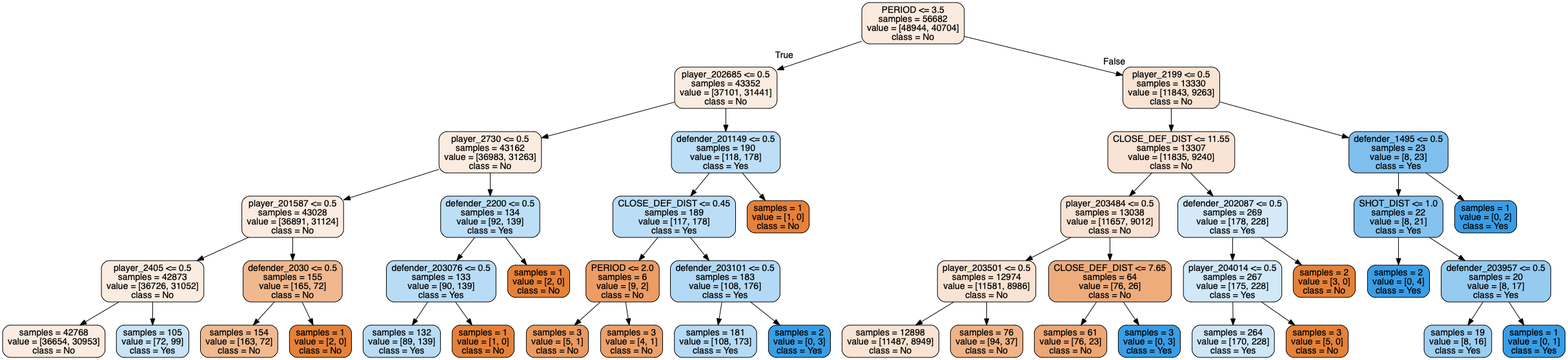
Earlier version of the Graphviz export forest_tree9.png (tianyi5309/303project). Its source is kept beside it as forest_tree9.dot.
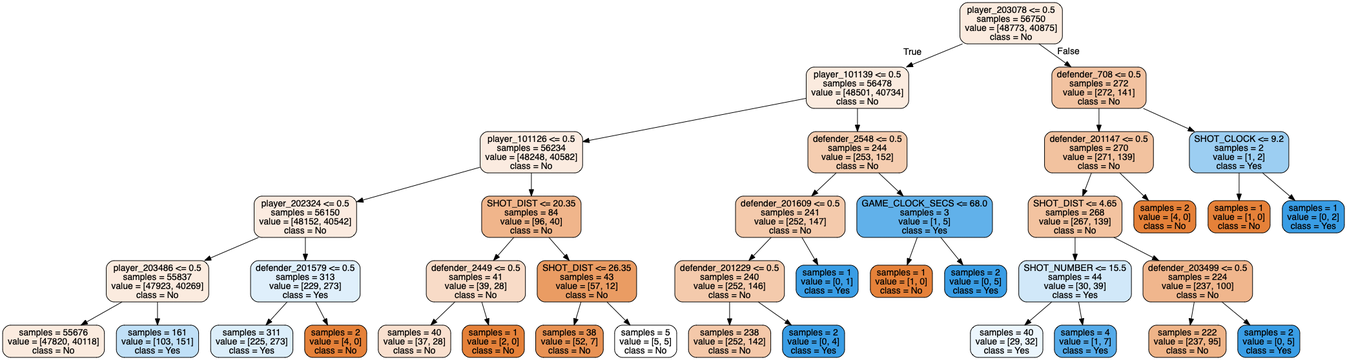
After the change.

Change to the diagram source:
```diff
@@ -1,93 +1,81 @@
 digraph Tree {
 node [shape=box, style="filled, rounded", color="black", fontname=helvetica] ;
 edge [fontname=helvetica] ;
-0 [label="PERIOD <= 3.5\nsamples = 56682\nvalue = [48944, 40704]\nclass = No", fillcolor="#fbeade"] ;
-1 [label="player_202685 <= 0.5\nsamples = 43352\nvalue = [37101, 31441]\nclass = No", fillcolor="#fbece1"] ;
+0 [label="player_203078 <= 0.5\nsamples = 56750\nvalue = [48773, 40875]\nclass = No", fillcolor="#fbebdf"] ;
+1 [label="player_101139 <= 0.5\nsamples = 56478\nvalue = [48501, 40734]\nclass = No", fillcolor="#fbebdf"] ;
 0 -> 1 [labeldistance=2.5, labelangle=45, headlabel="True"] ;
-2 [label="player_2730 <= 0.5\nsamples = 43162\nvalue = [36983, 31263]\nclass = No", fillcolor="#fbece0"] ;
+2 [label="player_101126 <= 0.5\nsamples = 56234\nvalue = [48248, 40582]\nclass = No", fillcolor="#fbebe0"] ;
 1 -> 2 ;
-3 [label="player_201587 <= 0.5\nsamples = 43028\nvalue = [36891, 31124]\nclass = No", fillcolor="#fbebe0"] ;
+3 [label="player_202324 <= 0.5\nsamples = 56150\nvalue = [48152, 40542]\nclass = No", fillcolor="#fbebe0"] ;
 2 -> 3 ;
-4 [label="player_2405 <= 0.5\nsamples = 42873\nvalue = [36726, 31052]\nclass = No", fillcolor="#fbece0"] ;
+4 [label="player_203486 <= 0.5\nsamples = 55837\nvalue = [47923, 40269]\nclass = No", fillcolor="#fbebdf"] ;
 3 -> 4 ;
-5 [label="samples = 42768\nvalue = [36654, 30953]\nclass = No", fillcolor="#fbebe0"] ;
+5 [label="samples = 55676\nvalue = [47820, 40118]\nclass = No", fillcolor="#fbebdf"] ;
 4 -> 5 ;
-6 [label="samples = 105\nvalue = [72, 99]\nclass = Yes", fillcolor="#c9e4f8"] ;
+6 [label="samples = 161\nvalue = [103, 151]\nclass = Yes", fillcolor="#c0e0f7"] ;
 4 -> 6 ;
-7 [label="defender_2030 <= 0.5\nsamples = 155\nvalue = [165, 72]\nclass = No", fillcolor="#f0b88f"] ;
+7 [label="defender_201579 <= 0.5\nsamples = 313\nvalue = [229, 273]\nclass = Yes", fillcolor="#dfeffb"] ;
 3 -> 7 ;
-8 [label="samples = 154\nvalue = [163, 72]\nclass = No", fillcolor="#f0b990"] ;
+8 [label="samples = 311\nvalue = [225, 273]\nclass = Yes", fillcolor="#dceefa"] ;
 7 -> 8 ;
-9 [label="samples = 1\nvalue = [2, 0]\nclass = No", fillcolor="#e58139"] ;
+9 [label="samples = 2\nvalue = [4, 0]\nclass = No", fillcolor="#e58139"] ;
 7 -> 9 ;
-10 [label="defender_2200 <= 0.5\nsamples = 134\nvalue = [92, 139]\nclass = Yes", fillcolor="#bcdef6"] ;
+10 [label="SHOT_DIST <= 20.35\nsamples = 84\nvalue = [96, 40]\nclass = No", fillcolor="#f0b58b"] ;
 2 -> 10 ;
-11 [label="defender_203076 <= 0.5\nsamples = 133\nvalue = [90, 139]\nclass = Yes", fillcolor="#b9dcf6"] ;
+11 [label="defender_2449 <= 0.5\nsamples = 41\nvalue = [39, 28]\nclass = No", fillcolor="#f8dbc7"] ;
 10 -> 11 ;
-12 [label="samples = 132\nvalue = [89, 139]\nclass = Yes", fillcolor="#b8dcf6"] ;
+12 [label="samples = 40\nvalue = [37, 28]\nclass = No", fillcolor="#f9e0cf"] ;
 11 -> 12 ;
-13 [label="samples = 1\nvalue = [1, 0]\nclass = No", fillcolor="#e58139"] ;
+13 [label="samples = 1\nvalue = [2, 0]\nclass = No", fillcolor="#e58139"] ;
 11 -> 13 ;
-14 [label="samples = 1\nvalue = [2, 0]\nclass = No", fillcolor="#e58139"] ;
+14 [label="SHOT_DIST <= 26.35\nsamples = 43\nvalue = [57, 12]\nclass = No", fillcolor="#ea9c63"] ;
 10 -> 14 ;
-15 [label="defender_201149 <= 0.5\nsamples = 190\nvalue = [118, 178]\nclass = Yes", fillcolor="#bcdef6"] ;
-1 -> 15 ;
-16 [label="CLOSE_DEF_DIST <= 0.45\nsamples = 189\nvalue = [117, 178]\nclass = Yes", fillcolor="#bbddf6"] ;
-15 -> 16 ;
-17 [label="PERIOD <= 2.0\nsamples = 6\nvalue = [9, 2]\nclass = No", fillcolor="#eb9d65"] ;
-16 -> 17 ;
-18 [label="samples = 3\nvalue = [5, 1]\nclass = No", fillcolor="#ea9a61"] ;
+15 [label="samples = 38\nvalue = [52, 7]\nclass = No", fillcolor="#e89254"] ;
+14 -> 15 ;
+16 [label="samples = 5\nvalue = [5, 5]\nclass = No", fillcolor="#ffffff"] ;
+14 -> 16 ;
+17 [label="defender_2548 <= 0.5\nsamples = 244\nvalue = [253, 152]\nclass = No", fillcolor="#f5cdb0"] ;
+1 -> 17 ;
+18 [label="defender_201609 <= 0.5\nsamples = 241\nvalue = [252, 147]\nclass = No", fillcolor="#f4caac"] ;
 17 -> 18 ;
-19 [label="samples = 3\nvalue = [4, 1]\nclass = No", fillcolor="#eca06a"] ;
-17 -> 19 ;
-20 [label="defender_203101 <= 0.5\nsamples = 183\nvalue = [108, 176]\nclass = Yes", fillcolor="#b2d9f5"] ;
-16 -> 20 ;
-21 [label="samples = 181\nvalue = [108, 173]\nclass = Yes", fillcolor="#b5daf5"] ;
-20 -> 21 ;
-22 [label="samples = 2\nvalue = [0, 3]\nclass = Yes", fillcolor="#399de5"] ;
-20 -> 22 ;
-23 [label="samples = 1\nvalue = [1, 0]\nclass = No", fillcolor="#e58139"] ;
-15 -> 23 ;
-24 [label="player_2199 <= 0.5\nsamples = 13330\nvalue = [11843, 9263]\nclass = No", fillcolor="#f9e4d4"] ;
-0 -> 24 [labeldistance=2.5, labelangle=-45, headlabel="False"] ;
-25 [label="CLOSE_DEF_DIST <= 11.55\nsamples = 13307\nvalue = [11835, 9240]\nclass = No", fillcolor="#f9e3d4"] ;
-24 -> 25 ;
-26 [label="player_203484 <= 0.5\nsamples = 13038\nvalue = [11657, 9012]\nclass = No", fillcolor="#f9e2d2"] ;
-25 -> 26 ;
-27 [label="player_203501 <= 0.5\nsamples = 12974\nvalue = [11581, 8986]\nclass = No", fillcolor="#f9e3d3"] ;
+19 [label="defender_201229 <= 0.5\nsamples = 240\nvalue = [252, 146]\nclass = No", fillcolor="#f4caac"] ;
+18 -> 19 ;
+20 [label="samples = 238\nvalue = [252, 142]\nclass = No", fillcolor="#f4c8a9"] ;
+19 -> 20 ;
+21 [label="samples = 2\nvalue = [0, 4]\nclass = Yes", fillcolor="#399de5"] ;
+19 -> 21 ;
+22 [label="samples = 1\nvalue = [0, 1]\nclass = Yes", fillcolor="#399de5"] ;
+18 -> 22 ;
+23 [label="GAME_CLOCK_SECS <= 68.0\nsamples = 3\nvalue = [1, 5]\nclass = Yes", fillcolor="#61b1ea"] ;
+17 -> 23 ;
+24 [label="samples = 1\nvalue = [1, 0]\nclass = No", fillcolor="#e58139"] ;
+23 -> 24 ;
+25 [label="samples = 2\nvalue = [0, 5]\nclass = Yes", fillcolor="#399de5"] ;
+23 -> 25 ;
+26 [label="defender_708 <= 0.5\nsamples = 272\nvalue = [272, 141]\nclass = No", fillcolor="#f2c2a0"] ;
+0 -> 26 [labeldistance=2.5, labelangle=-45, headlabel="False"] ;
+27 [label="defender_201147 <= 0.5\nsamples = 270\nvalue = [271, 139]\nclass = No", fillcolor="#f2c29f"] ;
 26 -> 27 ;
-28 [label="samples = 12898\nvalue = [11487, 8949]\nclass = No", fillcolor="#f9e3d3"] ;
+28 [label="SHOT_DIST <= 4.65\nsamples = 268\nvalue = [267, 139]\nclass = No", fillcolor="#f3c3a0"] ;
 27 -> 28 ;
-29 [label="samples = 76\nvalue = [94, 37]\nclass = No", fillcolor="#efb387"] ;
-27 -> 29 ;
-30 [label="CLOSE_DEF_DIST <= 7.65\nsamples = 64\nvalue = [76, 26]\nclass = No", fillcolor="#eeac7d"] ;
-26 -> 30 ;
-31 [label="samples = 61\nvalue = [76, 23]\nclass = No", fillcolor="#eda775"] ;
-30 -> 31 ;
-32 [label="samples = 3\nvalue = [0, 3]\nclass = Yes", fillcolor="#399de5"] ;
-30 -> 32 ;
-33 [label="defender_202087 <= 0.5\nsamples = 269\nvalue = [178, 228]\nclass = Yes", fillcolor="#d4eaf9"] ;
-25 -> 33 ;
-34 [label="player_204014 <= 0.5\nsamples = 267\nvalue = [175, 228]\nclass = Yes", fillcolor="#d1e8f9"] ;
-33 -> 34 ;
-35 [label="samples = 264\nvalue = [170, 228]\nclass = Yes", fillcolor="#cde6f8"] ;
-34 -> 35 ;
-36 [label="samples = 3\nvalue = [5, 0]\nclass = No", fillcolor="#e58139"] ;
-34 -> 36 ;
-37 [label="samples = 2\nvalue = [3, 0]\nclass = No", fillcolor="#e58139"] ;
-33 -> 37 ;
-38 [label="defender_1495 <= 0.5\nsamples = 23\nvalue = [8, 23]\nclass = Yes", fillcolor="#7ebfee"] ;
-24 -> 38 ;
-39 [label="SHOT_DIST <= 1.0\nsamples = 22\nvalue = [8, 21]\nclass = Yes", fillcolor="#84c2ef"] ;
-38 -> 39 ;
-40 [label="samples = 2\nvalue = [0, 4]\nclass = Yes", fillcolor="#399de5"] ;
-39 -> 40 ;
-41 [label="defender_203957 <= 0.5\nsamples = 20\nvalue = [8, 17]\nclass = Yes", fillcolor="#96cbf1"] ;
-39 -> 41 ;
-42 [label="samples = 19\nvalue = [8, 16]\nclass = Yes", fillcolor="#9ccef2"] ;
-41 -> 42 ;
-43 [label="samples = 1\nvalue = [0, 1]\nclass = Yes", fillcolor="#399de5"] ;
-41 -> 43 ;
-44 [label="samples = 1\nvalue = [0, 2]\nclass = Yes", fillcolor="#399de5"] ;
-38 -> 44 ;
+29 [label="SHOT_NUMBER <= 15.5\nsamples = 44\nvalue = [30, 39]\nclass = Yes", fillcolor="#d1e8f9"] ;
+28 -> 29 ;
+30 [label="samples = 40\nvalue = [29, 32]\nclass = Yes", fillcolor="#ecf6fd"] ;
+29 -> 30 ;
+31 [label="samples = 4\nvalue = [1, 7]\nclass = Yes", fillcolor="#55abe9"] ;
+29 -> 31 ;
+32 [label="defender_203499 <= 0.5\nsamples = 224\nvalue = [237, 100]\nclass = No", fillcolor="#f0b68d"] ;
+28 -> 32 ;
+33 [label="samples = 222\nvalue = [237, 95]\nclass = No", fillcolor="#efb488"] ;
+32 -> 33 ;
+34 [label="samples = 2\nvalue = [0, 5]\nclass = Yes", fillcolor="#399de5"] ;
+32 -> 34 ;
+35 [label="samples = 2\nvalue = [4, 0]\nclass = No", fillcolor="#e58139"] ;
+27 -> 35 ;
+36 [label="SHOT_CLOCK <= 9.2\nsamples = 2\nvalue = [1, 2]\nclass = Yes", fillcolor="#9ccef2"] ;
+26 -> 36 ;
+37 [label="samples = 1\nvalue = [1, 0]\nclass = No", fillcolor="#e58139"] ;
+36 -> 37 ;
+38 [label="samples = 1\nvalue = [0, 2]\nclass = Yes", fillcolor="#399de5"] ;
+36 -> 38 ;
 }
```
